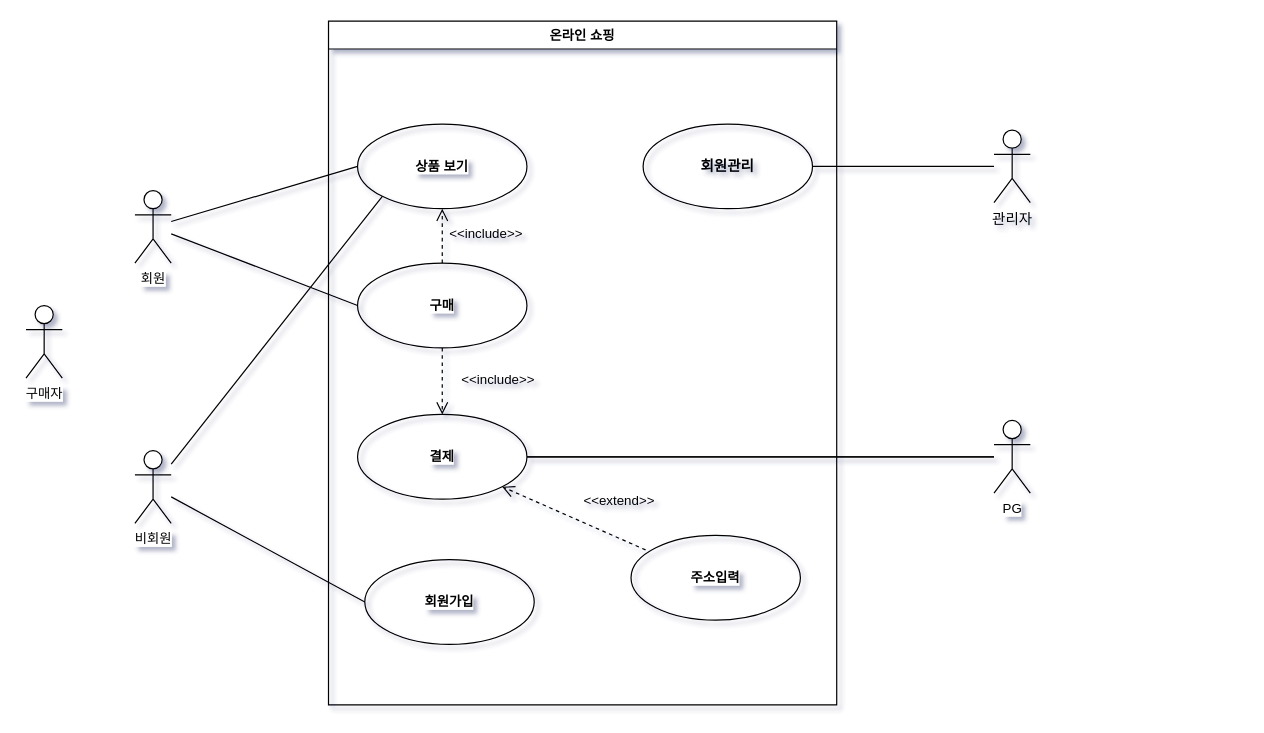
The draw.io diagram page "테스트-1" (1 of 2) of 제목 없는 다이어그램.drawio in hyun10144/Lecture3-1, before the edit. Source tidied: cells renumbered, new cells numbered last; positions are measured from the earlier drawing's top-left corner, leaving out a move shared by most shapes. Both pictures are drawn from the tidied source at 121%, with x=0, y=0 at pixel (25, 21).
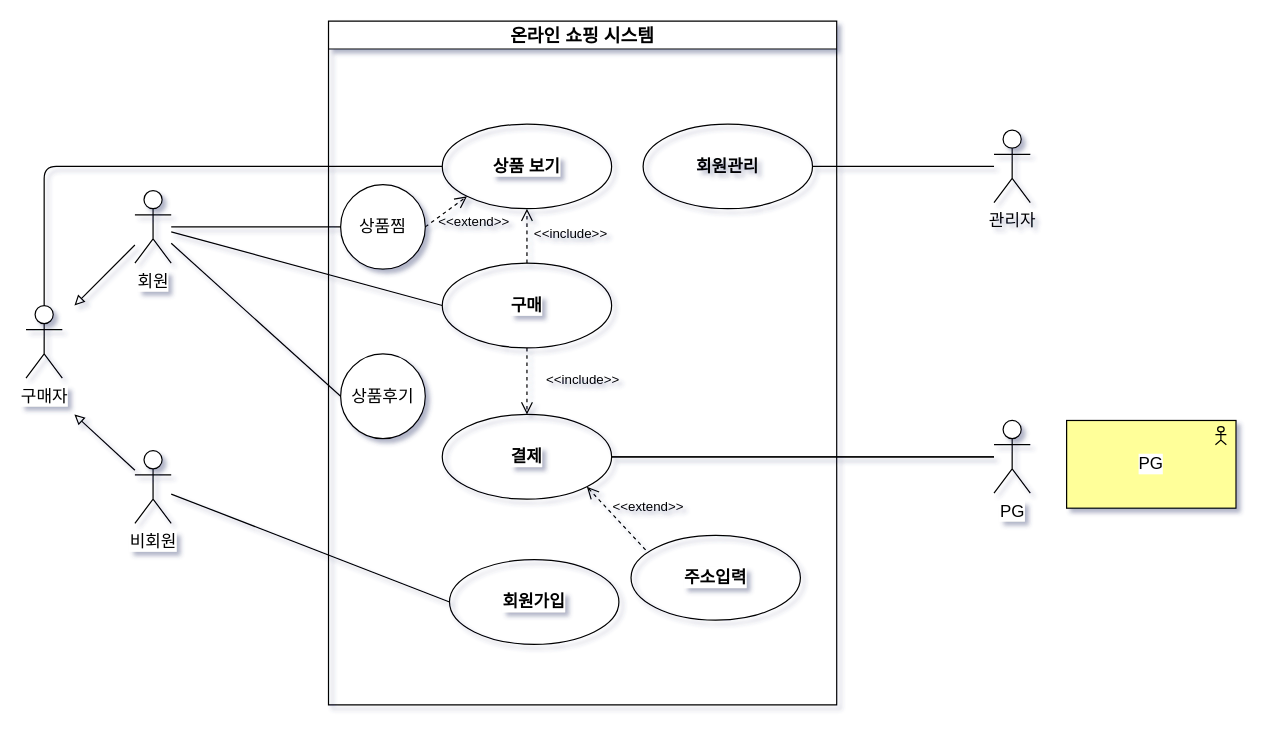
Above is the later version.

Commit message (it also covers changes not shown here):
제목 없는 다이어그램.drawio 업데이트

Diff of the diagram source:
```diff
@@
+    <mxCell id="15" value="&lt;font style=&quot;font-size: 15px;&quot;&gt;온라인 쇼핑 시스템&lt;/font&gt;" style="swimlane;whiteSpace=wrap;html=1;fontFamily=Helvetica;fontSize=11;fontColor=default;labelBackgroundColor=default;" parent="1" vertex="1">
+      <mxGeometry x="250" width="420" height="565" as="geometry" />
+    </mxCell>
+    <mxCell id="16" value="&lt;b style=&quot;font-size: 14px;&quot;&gt;회원관리&lt;/b&gt;" style="ellipse;whiteSpace=wrap;html=1;fillColor=none;fontSize=14;textShadow=0;" parent="15" vertex="1">
+      <mxGeometry x="260" y="85" width="140" height="70" as="geometry" />
+    </mxCell>
+    <mxCell id="17" value="&lt;b style=&quot;font-size: 14px;&quot;&gt;주소입력&lt;/b&gt;" style="ellipse;whiteSpace=wrap;html=1;fontFamily=Helvetica;fontSize=14;fontColor=default;labelBackgroundColor=default;fillColor=none;textShadow=0;" parent="15" vertex="1">
+      <mxGeometry x="250" y="425" width="140" height="70" as="geometry" />
+    </mxCell>
+    <mxCell id="24" value="&lt;font style=&quot;font-size: 14px;&quot;&gt;상품찜&lt;/font&gt;" style="ellipse;whiteSpace=wrap;html=1;fontFamily=Helvetica;fontSize=11;fontColor=default;labelBackgroundColor=default;" parent="15" vertex="1">
+      <mxGeometry x="10" y="135" width="70" height="70" as="geometry" />
+    </mxCell>
+    <mxCell id="4" value="&lt;b style=&quot;font-size: 14px;&quot;&gt;상품 보기&lt;/b&gt;" style="ellipse;whiteSpace=wrap;html=1;fontFamily=Helvetica;fontSize=14;fontColor=default;labelBackgroundColor=default;fillColor=none;textShadow=0;" parent="15" vertex="1">
+      <mxGeometry x="94" y="85" width="140" height="70" as="geometry" />
+    </mxCell>
+    <mxCell id="8" value="&lt;b style=&quot;font-size: 14px;&quot;&gt;구매&lt;/b&gt;" style="ellipse;whiteSpace=wrap;html=1;fontFamily=Helvetica;fontSize=14;fontColor=default;labelBackgroundColor=default;fillColor=none;textShadow=0;" parent="15" vertex="1">
+      <mxGeometry x="94" y="200" width="140" height="70" as="geometry" />
+    </mxCell>
+    <mxCell id="9" value="&lt;b style=&quot;font-size: 14px;&quot;&gt;결제&lt;/b&gt;" style="ellipse;whiteSpace=wrap;html=1;fontFamily=Helvetica;fontSize=14;fontColor=default;labelBackgroundColor=default;fillColor=none;textShadow=0;" parent="15" vertex="1">
+      <mxGeometry x="94" y="325" width="140" height="70" as="geometry" />
+    </mxCell>
+    <mxCell id="14" value="&amp;lt;&amp;lt;extend&lt;span style=&quot;background-color: initial;&quot;&gt;&amp;gt;&amp;gt;&lt;/span&gt;" style="endArrow=open;startArrow=none;endFill=0;startFill=0;endSize=8;html=1;verticalAlign=bottom;dashed=1;labelBackgroundColor=none;rounded=0;strokeColor=default;align=center;fontFamily=Helvetica;fontSize=11;fontColor=default;exitX=0.086;exitY=0.171;exitDx=0;exitDy=0;entryX=1;entryY=1;entryDx=0;entryDy=0;exitPerimeter=0;" parent="15" edge="1" source="17" target="9">
+      <mxGeometry x="-0.49" y="-20" relative="1" as="geometry" />
+    </mxCell>
+    <mxCell id="13" value="&lt;b style=&quot;font-size: 14px;&quot;&gt;회원가입&lt;/b&gt;" style="ellipse;whiteSpace=wrap;html=1;fontFamily=Helvetica;fontSize=14;fontColor=default;labelBackgroundColor=default;fillColor=none;textShadow=0;" parent="15" vertex="1">
+      <mxGeometry x="100" y="445" width="140" height="70" as="geometry" />
+    </mxCell>
+    <mxCell id="21" value="&amp;lt;&amp;lt;include&lt;span style=&quot;background-color: initial;&quot;&gt;&amp;gt;&amp;gt;&lt;/span&gt;" style="endArrow=open;startArrow=none;endFill=0;startFill=0;endSize=8;html=1;verticalAlign=bottom;dashed=1;labelBackgroundColor=none;rounded=0;strokeColor=default;align=center;fontFamily=Helvetica;fontSize=11;fontColor=default;exitX=0.5;exitY=1;exitDx=0;exitDy=0;entryX=0.5;entryY=0;entryDx=0;entryDy=0;" parent="15" edge="1" source="8" target="9">
+      <mxGeometry x="0.27" y="46" relative="1" as="geometry" />
+    </mxCell>
+    <mxCell id="22" value="&amp;lt;&amp;lt;include&lt;span style=&quot;background-color: initial;&quot;&gt;&amp;gt;&amp;gt;&lt;/span&gt;" style="endArrow=open;startArrow=none;endFill=0;startFill=0;endSize=8;html=1;verticalAlign=bottom;dashed=1;labelBackgroundColor=none;rounded=0;strokeColor=default;align=center;fontFamily=Helvetica;fontSize=11;fontColor=default;exitX=0.5;exitY=0;exitDx=0;exitDy=0;entryX=0.5;entryY=1;entryDx=0;entryDy=0;" parent="15" edge="1" source="8" target="4">
+      <mxGeometry x="-0.33" y="-36" relative="1" as="geometry" />
+    </mxCell>
+    <mxCell id="25" value="&amp;lt;&amp;lt;extend&lt;span style=&quot;background-color: initial;&quot;&gt;&amp;gt;&amp;gt;&lt;/span&gt;" style="endArrow=open;startArrow=none;endFill=0;startFill=0;endSize=8;html=1;verticalAlign=bottom;dashed=1;labelBackgroundColor=none;rounded=0;strokeColor=default;align=center;fontFamily=Helvetica;fontSize=11;fontColor=default;exitX=1;exitY=0.5;exitDx=0;exitDy=0;entryX=0;entryY=1;entryDx=0;entryDy=0;" parent="15" edge="1" source="24" target="4">
+      <mxGeometry x="0.37" y="-28" relative="1" as="geometry" />
+    </mxCell>
+    <mxCell id="26" value="&lt;font style=&quot;font-size: 14px;&quot;&gt;상품후기&lt;/font&gt;" style="ellipse;whiteSpace=wrap;html=1;fontFamily=Helvetica;fontSize=11;fontColor=default;labelBackgroundColor=default;" parent="15" vertex="1">
+      <mxGeometry x="10" y="275" width="70" height="70" as="geometry" />
+    </mxCell>
@@
-    <mxCell id="3" value="관리자&lt;div&gt;&lt;br&gt;&lt;/div&gt;" style="shape=umlActor;verticalLabelPosition=bottom;verticalAlign=top;html=1;outlineConnect=0;" parent="1" vertex="1">
+    <mxCell id="3" value="관리자&lt;div style=&quot;font-size: 14px;&quot;&gt;&lt;br style=&quot;font-size: 14px;&quot;&gt;&lt;/div&gt;" style="shape=umlActor;verticalLabelPosition=bottom;verticalAlign=top;html=1;outlineConnect=0;fontSize=14;textShadow=0;" parent="1" vertex="1">
       <mxGeometry x="800" y="90" width="30" height="60" as="geometry" />
     </mxCell>
-    <mxCell id="4" value="&lt;b&gt;상품 보기&lt;/b&gt;" style="ellipse;whiteSpace=wrap;html=1;fontFamily=Helvetica;fontSize=11;fontColor=default;labelBackgroundColor=default;fillColor=none;" parent="1" vertex="1">
-      <mxGeometry x="274" y="85" width="140" height="70" as="geometry" />
-    </mxCell>
-    <mxCell id="5" style="rounded=0;jettySize=auto;html=1;entryX=0;entryY=0.5;entryDx=0;entryDy=0;endArrow=none;endFill=0;strokeColor=default;align=center;verticalAlign=middle;fontFamily=Helvetica;fontSize=11;fontColor=default;labelBackgroundColor=default;" parent="1" edge="1" source="7" target="4">
-      <mxGeometry relative="1" as="geometry" />
-    </mxCell>
@@
+    <mxCell id="27" style="edgeStyle=none;rounded=0;jettySize=auto;html=1;strokeColor=default;align=center;verticalAlign=middle;fontFamily=Helvetica;fontSize=11;fontColor=default;labelBackgroundColor=default;endArrow=block;endFill=0;" parent="1" edge="1" source="20">
+      <mxGeometry relative="1" as="geometry">
+        <mxPoint x="40" y="325" as="targetPoint" />
+      </mxGeometry>
+    </mxCell>
+    <mxCell id="23" value="구매자" style="shape=umlActor;verticalLabelPosition=bottom;verticalAlign=top;html=1;outlineConnect=0;fontFamily=Helvetica;fontSize=14;fontColor=default;labelBackgroundColor=default;textShadow=0;" parent="1" vertex="1">
+      <mxGeometry y="235" width="30" height="60" as="geometry" />
+    </mxCell>
+    <mxCell id="28" style="edgeStyle=none;rounded=0;jettySize=auto;html=1;strokeColor=default;align=center;verticalAlign=middle;fontFamily=Helvetica;fontSize=11;fontColor=default;labelBackgroundColor=default;endArrow=block;endFill=0;startArrow=none;startFill=0;" parent="1" edge="1" source="7">
+      <mxGeometry relative="1" as="geometry">
+        <mxPoint x="40" y="235" as="targetPoint" />
+      </mxGeometry>
+    </mxCell>
+    <mxCell id="29" style="edgeStyle=none;rounded=0;jettySize=auto;html=1;entryX=0;entryY=0.5;entryDx=0;entryDy=0;strokeColor=default;align=center;verticalAlign=middle;fontFamily=Helvetica;fontSize=11;fontColor=default;labelBackgroundColor=default;endArrow=none;endFill=0;" parent="1" edge="1" source="7" target="24">
+      <mxGeometry relative="1" as="geometry" />
+    </mxCell>
+    <mxCell id="30" style="edgeStyle=none;rounded=0;jettySize=auto;html=1;entryX=0;entryY=0.5;entryDx=0;entryDy=0;strokeColor=default;align=center;verticalAlign=middle;fontFamily=Helvetica;fontSize=11;fontColor=default;labelBackgroundColor=default;endArrow=none;endFill=0;" parent="1" edge="1" source="7" target="26">
+      <mxGeometry relative="1" as="geometry" />
+    </mxCell>
-    <mxCell id="7" value="회원" style="shape=umlActor;verticalLabelPosition=bottom;verticalAlign=top;html=1;outlineConnect=0;fontFamily=Helvetica;fontSize=11;fontColor=default;labelBackgroundColor=default;" parent="1" vertex="1">
+    <mxCell id="7" value="&lt;font face=&quot;Helvetica&quot; style=&quot;font-size: 14px;&quot;&gt;회원&lt;/font&gt;" style="shape=umlActor;verticalLabelPosition=bottom;verticalAlign=top;html=1;outlineConnect=0;fontFamily=Helvetica;fontSize=14;fontColor=default;labelBackgroundColor=default;textShadow=0;" parent="1" vertex="1">
       <mxGeometry x="90" y="140" width="30" height="60" as="geometry" />
     </mxCell>
-    <mxCell id="8" value="&lt;b&gt;구매&lt;/b&gt;" style="ellipse;whiteSpace=wrap;html=1;fontFamily=Helvetica;fontSize=11;fontColor=default;labelBackgroundColor=default;fillColor=none;" parent="1" vertex="1">
-      <mxGeometry x="274" y="200" width="140" height="70" as="geometry" />
-    </mxCell>
-    <mxCell id="9" value="&lt;b&gt;결제&lt;/b&gt;" style="ellipse;whiteSpace=wrap;html=1;fontFamily=Helvetica;fontSize=11;fontColor=default;labelBackgroundColor=default;fillColor=none;" parent="1" vertex="1">
-      <mxGeometry x="274" y="325" width="140" height="70" as="geometry" />
-    </mxCell>
@@
-    <mxCell id="12" value="PG" style="shape=umlActor;verticalLabelPosition=bottom;verticalAlign=top;html=1;outlineConnect=0;fontFamily=Helvetica;fontSize=11;fontColor=default;labelBackgroundColor=default;" parent="1" vertex="1">
+    <mxCell id="12" value="PG" style="shape=umlActor;verticalLabelPosition=bottom;verticalAlign=top;html=1;outlineConnect=0;fontFamily=Helvetica;fontSize=14;fontColor=default;labelBackgroundColor=default;textShadow=0;" parent="1" vertex="1">
       <mxGeometry x="800" y="330" width="30" height="60" as="geometry" />
     </mxCell>
-    <mxCell id="13" value="&lt;b&gt;회원가입&lt;/b&gt;" style="ellipse;whiteSpace=wrap;html=1;fontFamily=Helvetica;fontSize=11;fontColor=default;labelBackgroundColor=default;fillColor=none;" parent="1" vertex="1">
-      <mxGeometry x="280" y="445" width="140" height="70" as="geometry" />
-    </mxCell>
-    <mxCell id="14" value="&amp;lt;&amp;lt;extend&lt;span style=&quot;background-color: initial;&quot;&gt;&amp;gt;&amp;gt;&lt;/span&gt;" style="endArrow=open;startArrow=none;endFill=0;startFill=0;endSize=8;html=1;verticalAlign=bottom;dashed=1;labelBackgroundColor=none;rounded=0;strokeColor=default;align=center;fontFamily=Helvetica;fontSize=11;fontColor=default;exitX=0.086;exitY=0.171;exitDx=0;exitDy=0;entryX=1;entryY=1;entryDx=0;entryDy=0;exitPerimeter=0;" parent="1" edge="1" source="17" target="9">
-      <mxGeometry x="-0.49" y="-20" relative="1" as="geometry" />
-    </mxCell>
-    <mxCell id="15" value="온라인 쇼핑" style="swimlane;whiteSpace=wrap;html=1;fontFamily=Helvetica;fontSize=11;fontColor=default;labelBackgroundColor=default;" parent="1" vertex="1">
-      <mxGeometry x="250" width="420" height="565" as="geometry" />
-    </mxCell>
-    <mxCell id="16" value="&lt;b&gt;회원관리&lt;/b&gt;" style="ellipse;whiteSpace=wrap;html=1;fillColor=none;" parent="15" vertex="1">
-      <mxGeometry x="260" y="85" width="140" height="70" as="geometry" />
-    </mxCell>
-    <mxCell id="17" value="&lt;b&gt;주소입력&lt;/b&gt;" style="ellipse;whiteSpace=wrap;html=1;fontFamily=Helvetica;fontSize=11;fontColor=default;labelBackgroundColor=default;fillColor=none;" parent="15" vertex="1">
-      <mxGeometry x="250" y="425" width="140" height="70" as="geometry" />
-    </mxCell>
@@
-    <mxCell id="19" style="edgeStyle=none;rounded=0;jettySize=auto;html=1;entryX=0;entryY=1;entryDx=0;entryDy=0;strokeColor=default;align=center;verticalAlign=middle;fontFamily=Helvetica;fontSize=11;fontColor=default;labelBackgroundColor=default;endArrow=none;endFill=0;" parent="1" edge="1" source="20" target="4">
-      <mxGeometry relative="1" as="geometry" />
-    </mxCell>
-    <mxCell id="20" value="비회원" style="shape=umlActor;verticalLabelPosition=bottom;verticalAlign=top;html=1;outlineConnect=0;fontFamily=Helvetica;fontSize=11;fontColor=default;labelBackgroundColor=default;" parent="1" vertex="1">
+    <mxCell id="20" value="비회원" style="shape=umlActor;verticalLabelPosition=bottom;verticalAlign=top;html=1;outlineConnect=0;fontFamily=Helvetica;fontSize=14;fontColor=default;labelBackgroundColor=default;textShadow=0;" parent="1" vertex="1">
       <mxGeometry x="90" y="355" width="30" height="60" as="geometry" />
     </mxCell>
-    <mxCell id="21" value="&amp;lt;&amp;lt;include&lt;span style=&quot;background-color: initial;&quot;&gt;&amp;gt;&amp;gt;&lt;/span&gt;" style="endArrow=open;startArrow=none;endFill=0;startFill=0;endSize=8;html=1;verticalAlign=bottom;dashed=1;labelBackgroundColor=none;rounded=0;strokeColor=default;align=center;fontFamily=Helvetica;fontSize=11;fontColor=default;exitX=0.5;exitY=1;exitDx=0;exitDy=0;entryX=0.5;entryY=0;entryDx=0;entryDy=0;" parent="1" edge="1" source="8" target="9">
-      <mxGeometry x="0.27" y="46" relative="1" as="geometry" />
-    </mxCell>
-    <mxCell id="22" value="&amp;lt;&amp;lt;include&lt;span style=&quot;background-color: initial;&quot;&gt;&amp;gt;&amp;gt;&lt;/span&gt;" style="endArrow=open;startArrow=none;endFill=0;startFill=0;endSize=8;html=1;verticalAlign=bottom;dashed=1;labelBackgroundColor=none;rounded=0;strokeColor=default;align=center;fontFamily=Helvetica;fontSize=11;fontColor=default;exitX=0.5;exitY=0;exitDx=0;exitDy=0;entryX=0.5;entryY=1;entryDx=0;entryDy=0;" parent="1" edge="1" source="8" target="4">
-      <mxGeometry x="-0.33" y="-36" relative="1" as="geometry" />
-    </mxCell>
-    <mxCell id="23" value="구매자" style="shape=umlActor;verticalLabelPosition=bottom;verticalAlign=top;html=1;outlineConnect=0;fontFamily=Helvetica;fontSize=11;fontColor=default;labelBackgroundColor=default;" parent="1" vertex="1">
-      <mxGeometry y="235" width="30" height="60" as="geometry" />
-    </mxCell>
+    <mxCell id="31" style="edgeStyle=none;rounded=1;jettySize=auto;html=1;entryX=0;entryY=0.5;entryDx=0;entryDy=0;strokeColor=default;align=center;verticalAlign=middle;fontFamily=Helvetica;fontSize=11;fontColor=default;labelBackgroundColor=default;endArrow=none;endFill=0;curved=0;" parent="1" edge="1" source="23" target="4">
+      <mxGeometry relative="1" as="geometry">
+        <Array as="points">
+          <mxPoint x="15" y="120" />
+        </Array>
+      </mxGeometry>
+    </mxCell>
+    <mxCell id="32" value="PG" style="html=1;whiteSpace=wrap;fillColor=#ffff99;shape=mxgraph.archimate.application;appType=actor;fontFamily=Helvetica;fontSize=14;fontColor=default;labelBackgroundColor=default;" parent="1" vertex="1">
+      <mxGeometry x="860" y="330" width="140" height="72.5" as="geometry" />
+    </mxCell>
```
